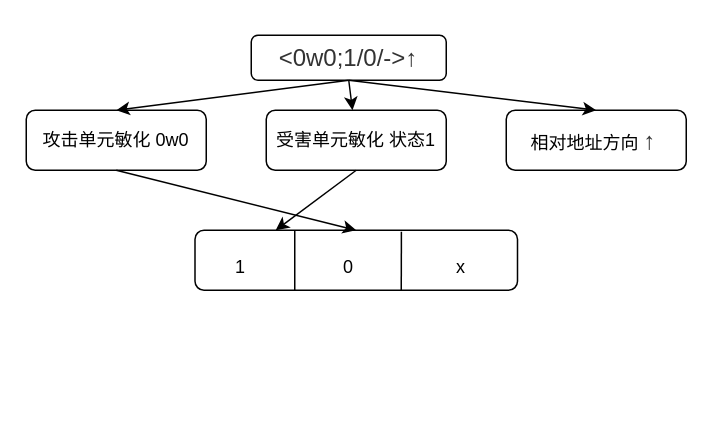
Before: doc/最简检测序列.drawio in shanshan-lu/homwork, a draw.io diagram. Source tidied: cells renumbered, new cells numbered last; positions are measured from the earlier drawing's top-left corner, leaving out a move shared by most shapes. Both pictures are drawn from the tidied source at 150%, with x=0, y=0 at pixel (26, 34).
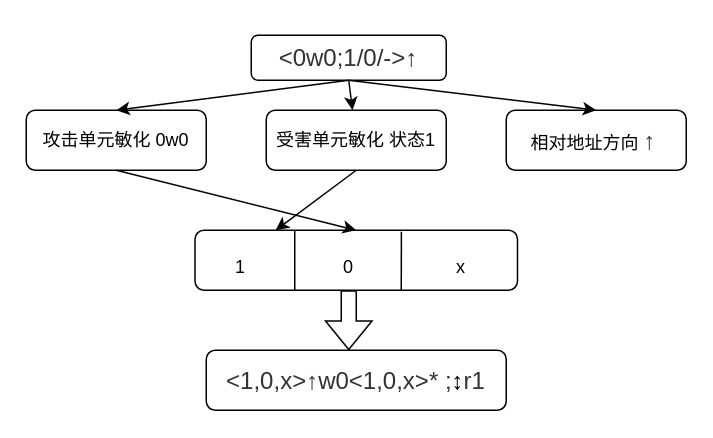
After the change.

Commit message:
更新最简检测序列.drawio

Unchanged cells that the change refers to:
```xml
<mxCell id="15" value="0" style="text;html=1;strokeColor=none;fillColor=none;align=center;verticalAlign=middle;whiteSpace=wrap;rounded=0;" parent="1" vertex="1">
  <mxGeometry x="185" y="140" width="60" height="30" as="geometry" />
</mxCell>
```

What changed in the source:
```diff
@@
+    <mxCell id="17" style="shape=flexArrow;endArrow=classic;html=1;rounded=0;exitX=0.5;exitY=1;exitDx=0;exitDy=0;" parent="1" edge="1" source="15">
+      <mxGeometry relative="1" as="geometry">
+        <mxPoint x="215" y="210" as="targetPoint" />
+      </mxGeometry>
+    </mxCell>
+    <mxCell id="18" value="&lt;p class=&quot;MsoNormal&quot;&gt;&lt;span style=&quot;font-family: 宋体; color: rgb(51, 51, 51); letter-spacing: 0pt; font-size: 12pt; background: rgb(255, 255, 255);&quot;&gt;&lt;font face=&quot;Helvetica&quot;&gt;&amp;lt;1,0,x&amp;gt;&lt;/font&gt;&lt;font face=&quot;宋体&quot;&gt;↑&lt;/font&gt;&lt;font face=&quot;Helvetica&quot;&gt;w0&amp;lt;1,0,x&amp;gt;* ;&lt;/font&gt;&lt;/span&gt;&lt;span style=&quot;letter-spacing: 0pt; font-size: 12pt; background: rgb(255, 255, 255);&quot;&gt;&lt;font face=&quot;Helvetica&quot;&gt;↕&lt;/font&gt;&lt;/span&gt;&lt;span style=&quot;font-family: 宋体; color: rgb(51, 51, 51); letter-spacing: 0pt; font-size: 12pt; background: rgb(255, 255, 255);&quot;&gt;&lt;font face=&quot;Helvetica&quot;&gt;r1&lt;/font&gt;&lt;/span&gt;&lt;/p&gt;" style="rounded=1;whiteSpace=wrap;html=1;" parent="1" vertex="1">
+      <mxGeometry x="120" y="210" width="200" height="40" as="geometry" />
+    </mxCell>
```
